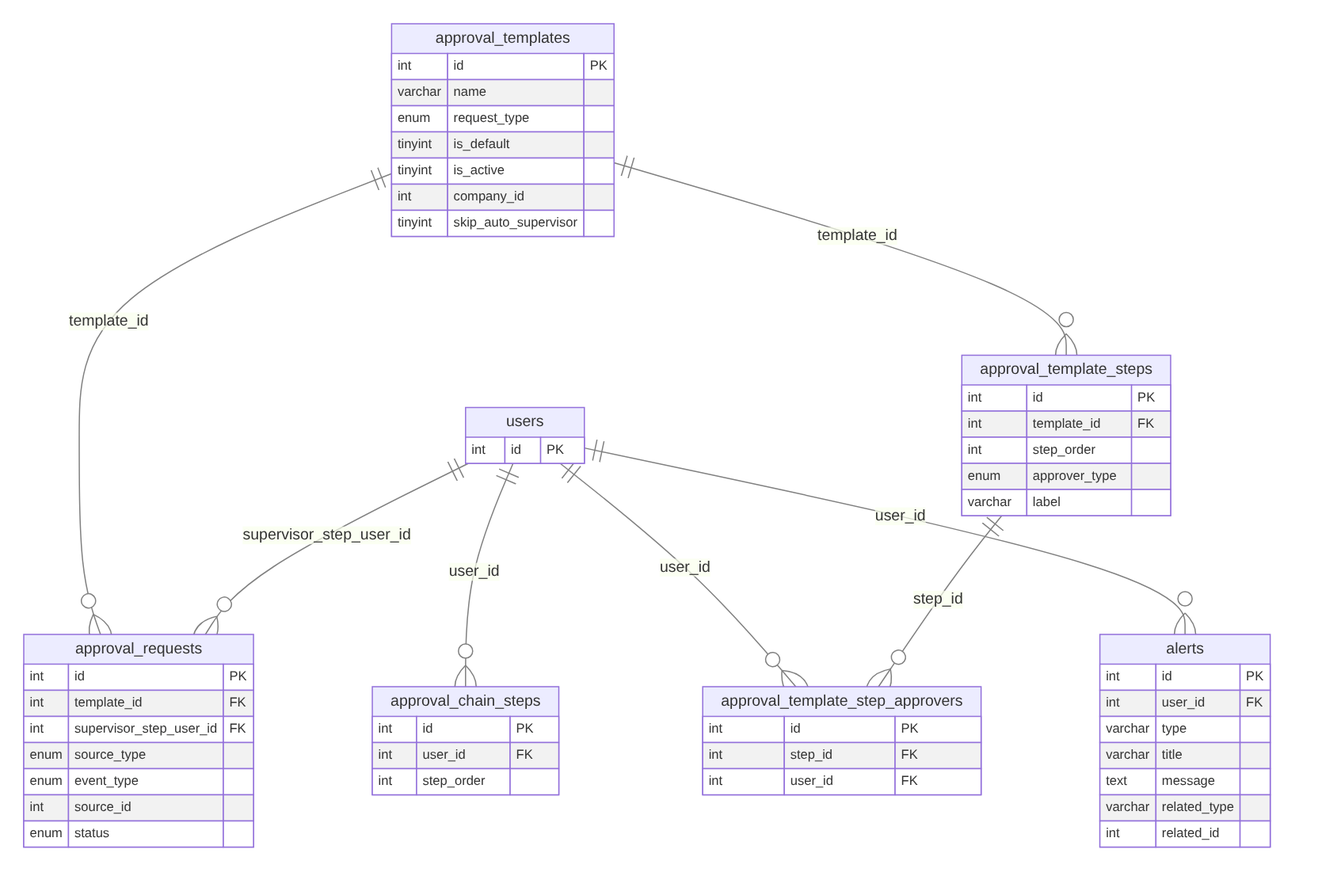
Before: docs/architecture/database/diagrams/g-approvals-alerts.png, a diagram exported from Mermaid (ruhulamencredence/CredenceHR). Its source is kept beside it as docs/architecture/database/diagrams/g-approvals-alerts.mmd. Source of this version:
```mermaid
erDiagram
  approval_template_step_approvers {
    int id PK
    int step_id FK
    int user_id FK
  }
  approval_chain_steps {
    int id PK
    int user_id FK
    int step_order
  }
  approval_requests {
    int id PK
    int template_id FK
    int supervisor_step_user_id FK
    enum source_type
    enum event_type
    int source_id
    enum status
  }
  approval_templates {
    int id PK
    varchar name
    enum request_type
    tinyint is_default
    tinyint is_active
    int company_id
    tinyint skip_auto_supervisor
  }
  alerts {
    int id PK
    int user_id FK
    varchar type
    varchar title
    text message
    varchar related_type
    int related_id
  }
  approval_template_steps {
    int id PK
    int template_id FK
    int step_order
    enum approver_type
    varchar label
  }
  users {
    int id PK
  }
  approval_template_steps ||--o{ approval_template_step_approvers : "step_id"
  users ||--o{ approval_template_step_approvers : "user_id"
  users ||--o{ approval_chain_steps : "user_id"
  users ||--o{ approval_requests : "supervisor_step_user_id"
  approval_templates ||--o{ approval_requests : "template_id"
  users ||--o{ alerts : "user_id"
  approval_templates ||--o{ approval_template_steps : "template_id"
```
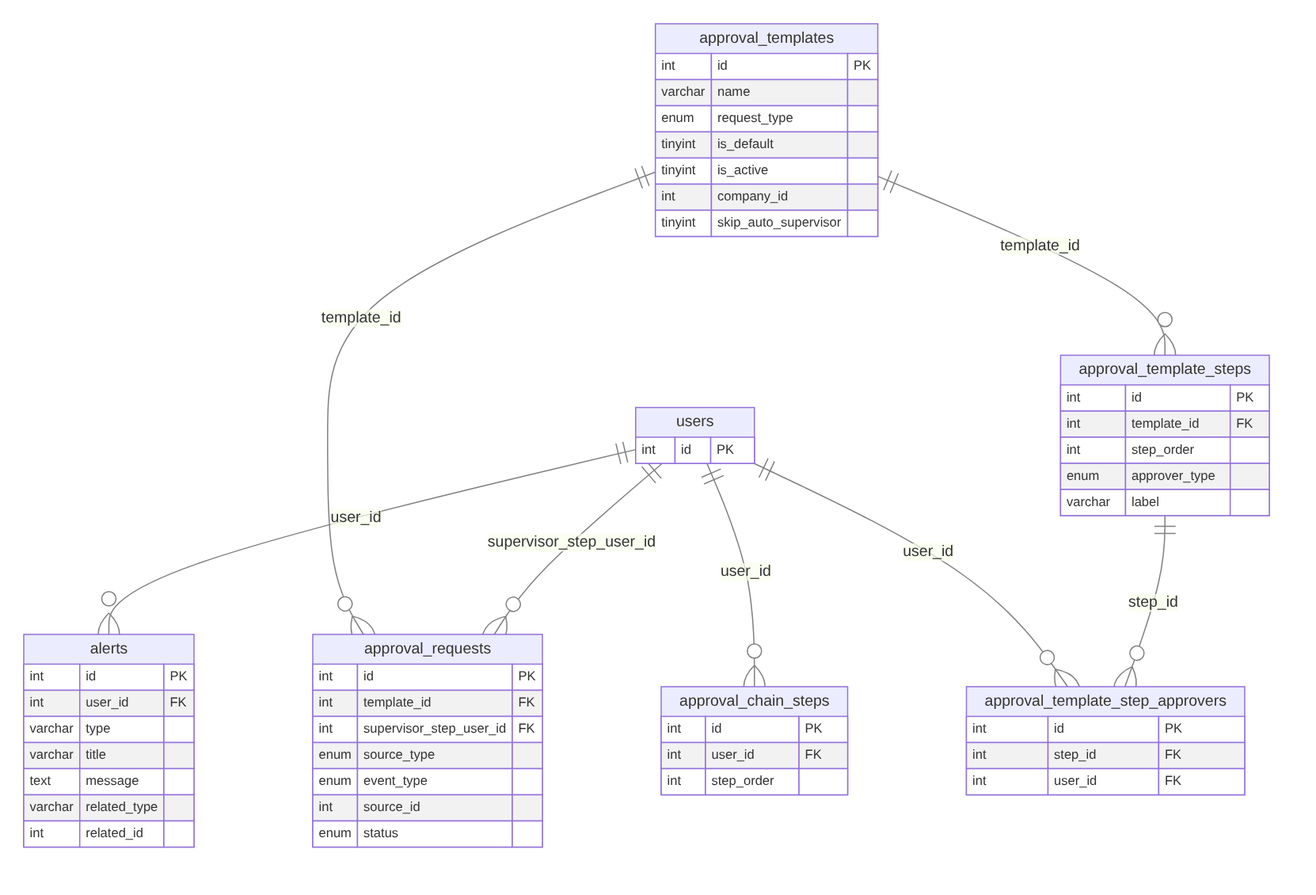
The same file after the commit.

Change to the diagram source:
```diff
@@ -1,8 +1,12 @@
 erDiagram
-  approval_template_step_approvers {
+  alerts {
     int id PK
-    int step_id FK
     int user_id FK
+    varchar type
+    varchar title
+    text message
+    varchar related_type
+    int related_id
   }
   approval_chain_steps {
     int id PK
@@ -18,6 +22,18 @@
     int source_id
     enum status
   }
+  approval_template_step_approvers {
+    int id PK
+    int step_id FK
+    int user_id FK
+  }
+  approval_template_steps {
+    int id PK
+    int template_id FK
+    int step_order
+    enum approver_type
+    varchar label
+  }
   approval_templates {
     int id PK
     varchar name
@@ -27,29 +43,13 @@
     int company_id
     tinyint skip_auto_supervisor
   }
-  alerts {
-    int id PK
-    int user_id FK
-    varchar type
-    varchar title
-    text message
-    varchar related_type
-    int related_id
-  }
-  approval_template_steps {
-    int id PK
-    int template_id FK
-    int step_order
-    enum approver_type
-    varchar label
-  }
   users {
     int id PK
   }
-  approval_template_steps ||--o{ approval_template_step_approvers : "step_id"
-  users ||--o{ approval_template_step_approvers : "user_id"
+  users ||--o{ alerts : "user_id"
   users ||--o{ approval_chain_steps : "user_id"
   users ||--o{ approval_requests : "supervisor_step_user_id"
   approval_templates ||--o{ approval_requests : "template_id"
-  users ||--o{ alerts : "user_id"
+  approval_template_steps ||--o{ approval_template_step_approvers : "step_id"
+  users ||--o{ approval_template_step_approvers : "user_id"
   approval_templates ||--o{ approval_template_steps : "template_id"
```
